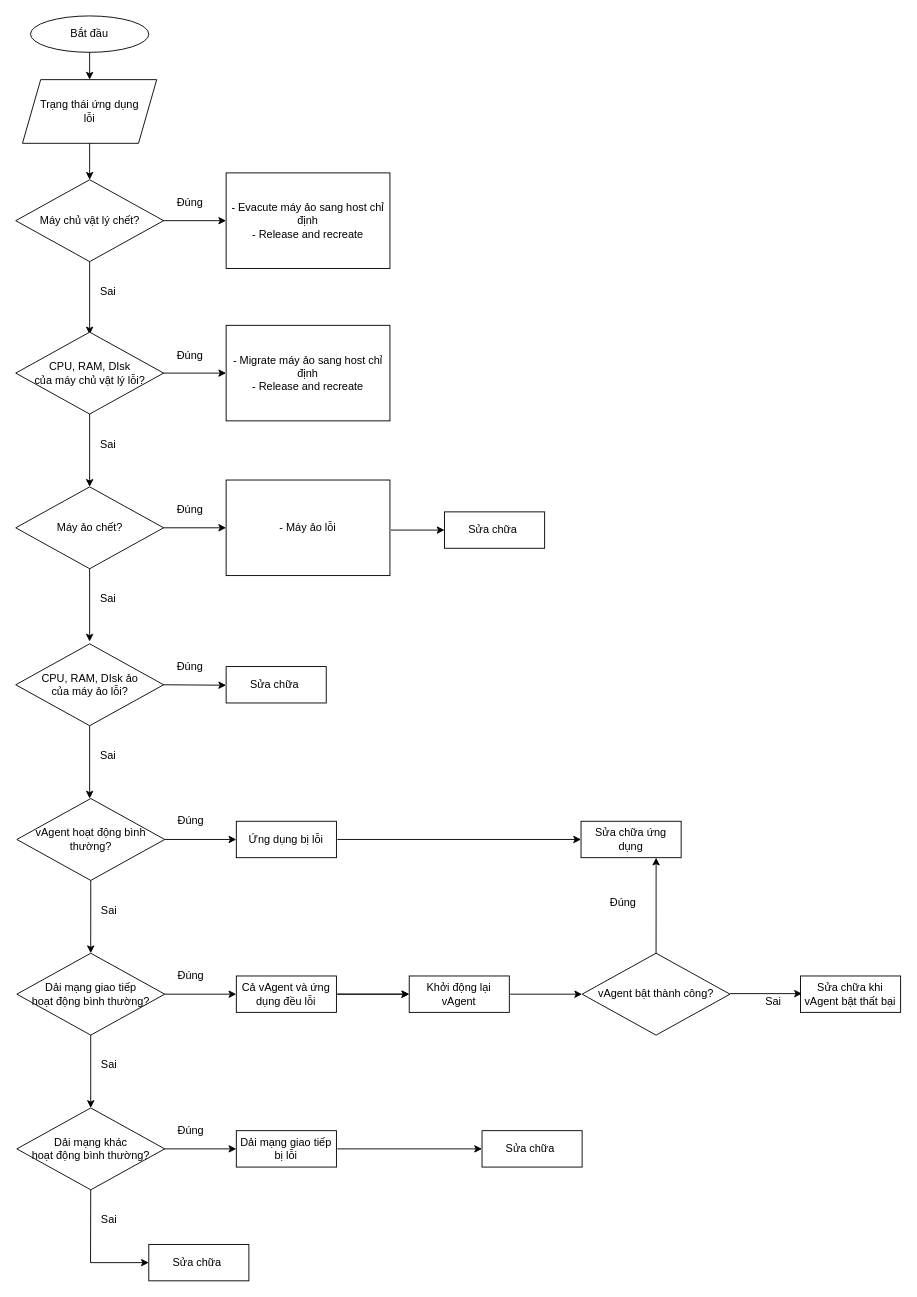
Before: auto healing.drawio in hiep1097/drawio, a draw.io diagram. Source tidied: cells renumbered, new cells numbered last; positions are measured from the earlier drawing's top-left corner, leaving out a move shared by most shapes. Both pictures are drawn from the tidied source at 91%, with x=0, y=0 at pixel (15, 15).
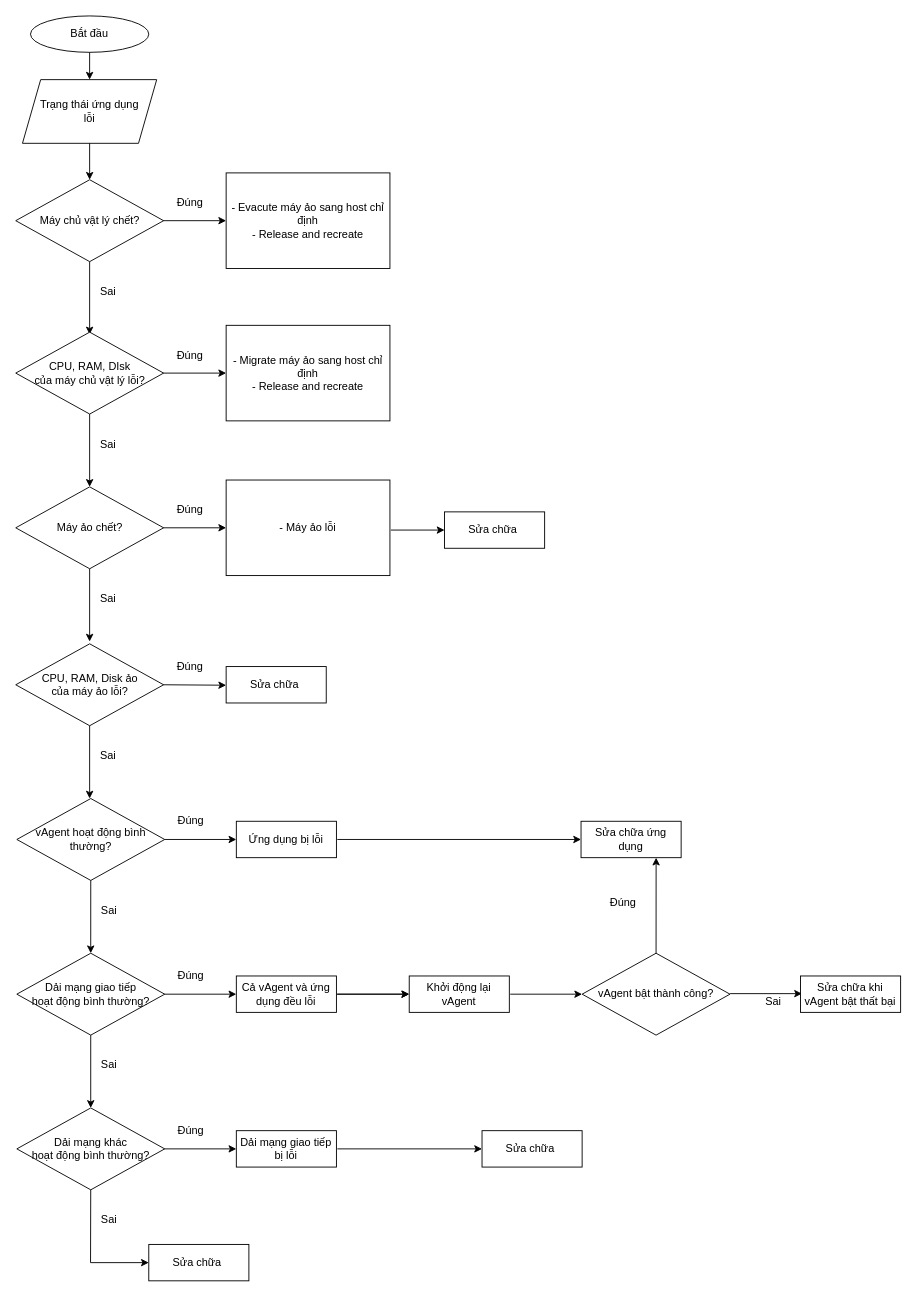
The same page after the edit.

Commit message:
Cập nhật auto healing.drawio

Diff of the diagram source:
```diff
@@
-    <mxCell id="58" value="CPU, RAM, DIsk ảo&lt;br&gt;của máy ảo lỗi?" style="rhombus;whiteSpace=wrap;html=1;" parent="1" vertex="1">
+    <mxCell id="58" value="CPU, RAM, Disk ảo&lt;br&gt;của máy ảo lỗi?" style="rhombus;whiteSpace=wrap;html=1;" parent="1" vertex="1">
       <mxGeometry x="-0.2" y="690" width="162.5" height="90" as="geometry" />
     </mxCell>
```
